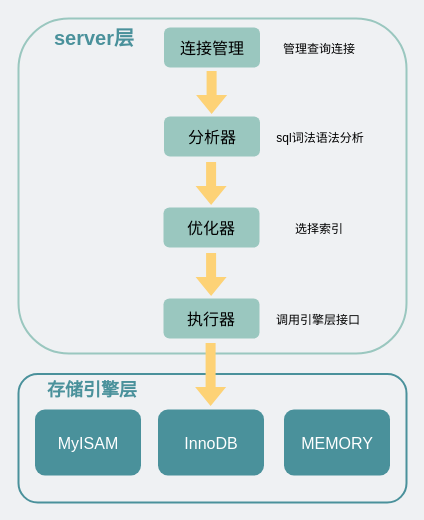
Before: network/Mysql架构.drawio in xiaobaiTech/image, a draw.io diagram. Source tidied: cells renumbered, new cells numbered last; positions are measured from the earlier drawing's top-left corner, leaving out a move shared by most shapes. Both pictures are drawn from the tidied source at 100%, with x=0, y=0 at pixel (18, 18).
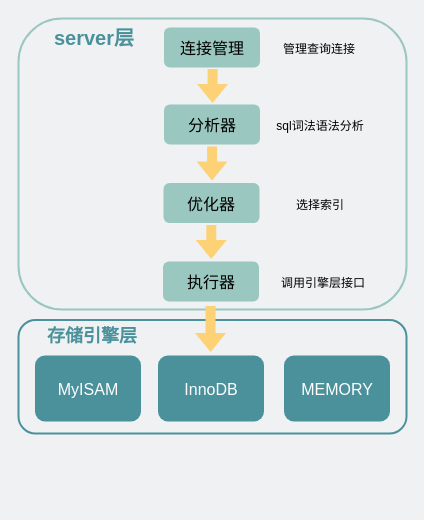
The same page after the edit.

What changed in the source:
```diff
@@
     <mxCell id="2" style="rounded=1;whiteSpace=wrap;html=1;fillColor=none;strokeColor=#9AC7BF;strokeWidth=2;" parent="1" vertex="1">
-      <mxGeometry width="388" height="335" as="geometry" />
+      <mxGeometry width="388" height="291" as="geometry" />
     </mxCell>
@@
     <mxCell id="5" value="&lt;font color=&quot;#000000&quot;&gt;&lt;span style=&quot;font-size: 16px&quot;&gt;分析器&lt;/span&gt;&lt;/font&gt;" style="rounded=1;whiteSpace=wrap;html=1;fontSize=22;fontColor=#FFFFFF;fillColor=#9AC7BF;strokeColor=none;" parent="1" vertex="1">
-      <mxGeometry x="145.5" y="98" width="96" height="40" as="geometry" />
+      <mxGeometry x="145.5" y="86" width="96" height="40" as="geometry" />
     </mxCell>
     <mxCell id="6" style="shape=flexArrow;endArrow=classic;html=1;rounded=0;fontSize=16;fontColor=#000000;fillColor=#FDD276;strokeColor=none;" parent="1" edge="1">
       <mxGeometry relative="1" as="geometry">
-        <mxPoint x="193.1" y="52" as="sourcePoint" />
-        <mxPoint x="193.1" y="96" as="targetPoint" />
+        <mxPoint x="194.1" y="50" as="sourcePoint" />
+        <mxPoint x="194" y="85" as="targetPoint" />
       </mxGeometry>
     </mxCell>
-    <mxCell id="7" value="&lt;font color=&quot;#000000&quot;&gt;&lt;span style=&quot;font-size: 16px&quot;&gt;优化器&lt;/span&gt;&lt;/font&gt;" style="rounded=1;whiteSpace=wrap;html=1;fontSize=22;fontColor=#FFFFFF;fillColor=#9AC7BF;strokeColor=none;" parent="1" vertex="1">
-      <mxGeometry x="145" y="189" width="96" height="40" as="geometry" />
-    </mxCell>
-    <mxCell id="8" style="shape=flexArrow;endArrow=classic;html=1;rounded=0;fontSize=16;fontColor=#000000;fillColor=#FDD276;strokeColor=none;" parent="1" edge="1">
-      <mxGeometry relative="1" as="geometry">
-        <mxPoint x="192.6" y="143" as="sourcePoint" />
-        <mxPoint x="192.6" y="187" as="targetPoint" />
-      </mxGeometry>
-    </mxCell>
     <mxCell id="9" value="&lt;font color=&quot;#000000&quot;&gt;&lt;span style=&quot;font-size: 16px&quot;&gt;执行器&lt;/span&gt;&lt;/font&gt;" style="rounded=1;whiteSpace=wrap;html=1;fontSize=22;fontColor=#FFFFFF;fillColor=#9AC7BF;strokeColor=none;" parent="1" vertex="1">
-      <mxGeometry x="145" y="280" width="96" height="40" as="geometry" />
+      <mxGeometry x="144.5" y="243" width="96" height="40" as="geometry" />
     </mxCell>
-    <mxCell id="10" style="shape=flexArrow;endArrow=classic;html=1;rounded=0;fontSize=16;fontColor=#000000;fillColor=#FDD276;strokeColor=none;" parent="1" edge="1">
-      <mxGeometry relative="1" as="geometry">
-        <mxPoint x="192.6" y="234" as="sourcePoint" />
-        <mxPoint x="192.6" y="278" as="targetPoint" />
-      </mxGeometry>
-    </mxCell>
@@
     <mxCell id="12" value="&lt;font style=&quot;font-size: 12px&quot;&gt;sql词法语法分析&lt;/font&gt;" style="text;html=1;strokeColor=none;fillColor=none;align=center;verticalAlign=middle;whiteSpace=wrap;rounded=0;fontSize=16;fontColor=#000000;" parent="1" vertex="1">
-      <mxGeometry x="243" y="102.5" width="118" height="31" as="geometry" />
+      <mxGeometry x="243" y="90.5" width="118" height="31" as="geometry" />
     </mxCell>
     <mxCell id="13" value="&lt;font style=&quot;font-size: 12px&quot;&gt;选择索引&lt;/font&gt;" style="text;html=1;strokeColor=none;fillColor=none;align=center;verticalAlign=middle;whiteSpace=wrap;rounded=0;fontSize=16;fontColor=#000000;" parent="1" vertex="1">
-      <mxGeometry x="241.5" y="193.5" width="118" height="31" as="geometry" />
+      <mxGeometry x="243" y="169" width="118" height="31" as="geometry" />
     </mxCell>
     <mxCell id="14" value="&lt;font style=&quot;font-size: 12px&quot;&gt;调用引擎层接口&lt;/font&gt;" style="text;html=1;strokeColor=none;fillColor=none;align=center;verticalAlign=middle;whiteSpace=wrap;rounded=0;fontSize=16;fontColor=#000000;" parent="1" vertex="1">
-      <mxGeometry x="241" y="284.5" width="118" height="31" as="geometry" />
+      <mxGeometry x="245.5" y="247.5" width="118" height="31" as="geometry" />
     </mxCell>
     <mxCell id="15" style="rounded=1;whiteSpace=wrap;html=1;fillColor=none;strokeColor=#4A919B;strokeWidth=2;" parent="1" vertex="1">
-      <mxGeometry y="355.5" width="388" height="128.5" as="geometry" />
+      <mxGeometry y="301.5" width="388" height="113.5" as="geometry" />
     </mxCell>
     <mxCell id="16" value="&lt;font&gt;&lt;span style=&quot;font-size: 16px&quot;&gt;MEMORY&lt;/span&gt;&lt;/font&gt;" style="rounded=1;whiteSpace=wrap;html=1;fontSize=22;fontColor=#FFFFFF;fillColor=#4A919B;strokeColor=none;" parent="1" vertex="1">
-      <mxGeometry x="265.5" y="391" width="106" height="66" as="geometry" />
+      <mxGeometry x="265.5" y="337" width="106" height="66" as="geometry" />
     </mxCell>
     <mxCell id="17" value="&lt;font&gt;&lt;span style=&quot;font-size: 16px&quot;&gt;InnoDB&lt;/span&gt;&lt;/font&gt;" style="rounded=1;whiteSpace=wrap;html=1;fontSize=22;fontColor=#FFFFFF;fillColor=#4A919B;strokeColor=none;" parent="1" vertex="1">
-      <mxGeometry x="139.5" y="391" width="106" height="66" as="geometry" />
+      <mxGeometry x="139.5" y="337" width="106" height="66" as="geometry" />
     </mxCell>
     <mxCell id="18" value="&lt;font&gt;&lt;span style=&quot;font-size: 16px&quot;&gt;MyISAM&lt;/span&gt;&lt;/font&gt;" style="rounded=1;whiteSpace=wrap;html=1;fontSize=22;fontColor=#FFFFFF;fillColor=#4A919B;strokeColor=none;" parent="1" vertex="1">
-      <mxGeometry x="16.5" y="391" width="106" height="66" as="geometry" />
+      <mxGeometry x="16.5" y="337" width="106" height="66" as="geometry" />
     </mxCell>
     <mxCell id="19" style="shape=flexArrow;endArrow=classic;html=1;rounded=0;fontSize=16;fontColor=#000000;fillColor=#FDD276;strokeColor=none;" parent="1" edge="1">
       <mxGeometry relative="1" as="geometry">
-        <mxPoint x="192.1" y="324" as="sourcePoint" />
-        <mxPoint x="192.1" y="388" as="targetPoint" />
+        <mxPoint x="192" y="287" as="sourcePoint" />
+        <mxPoint x="192.1" y="334" as="targetPoint" />
       </mxGeometry>
     </mxCell>
     <mxCell id="20" value="&lt;font size=&quot;1&quot; color=&quot;#4a919b&quot;&gt;&lt;b style=&quot;font-size: 18px&quot;&gt;存储引擎层&lt;/b&gt;&lt;/font&gt;" style="text;html=1;strokeColor=none;fillColor=none;align=center;verticalAlign=middle;whiteSpace=wrap;rounded=0;" parent="1" vertex="1">
-      <mxGeometry x="19.5" y="355.5" width="107.5" height="32.5" as="geometry" />
+      <mxGeometry x="19.5" y="301.5" width="107.5" height="32.5" as="geometry" />
     </mxCell>
+    <mxCell id="7" value="&lt;font color=&quot;#000000&quot;&gt;&lt;span style=&quot;font-size: 16px&quot;&gt;优化器&lt;/span&gt;&lt;/font&gt;" style="rounded=1;whiteSpace=wrap;html=1;fontSize=22;fontColor=#FFFFFF;fillColor=#9AC7BF;strokeColor=none;" parent="1" vertex="1">
+      <mxGeometry x="145" y="164.5" width="96" height="40" as="geometry" />
+    </mxCell>
+    <mxCell id="21" style="shape=flexArrow;endArrow=classic;html=1;rounded=0;fontSize=16;fontColor=#000000;fillColor=#FDD276;strokeColor=none;" parent="1" edge="1">
+      <mxGeometry relative="1" as="geometry">
+        <mxPoint x="193.6" y="127.5" as="sourcePoint" />
+        <mxPoint x="193.5" y="162.5" as="targetPoint" />
+      </mxGeometry>
+    </mxCell>
+    <mxCell id="22" style="shape=flexArrow;endArrow=classic;html=1;rounded=0;fontSize=16;fontColor=#000000;fillColor=#FDD276;strokeColor=none;" parent="1" edge="1">
+      <mxGeometry relative="1" as="geometry">
+        <mxPoint x="192.8" y="206" as="sourcePoint" />
+        <mxPoint x="192.7" y="241" as="targetPoint" />
+      </mxGeometry>
+    </mxCell>
```
